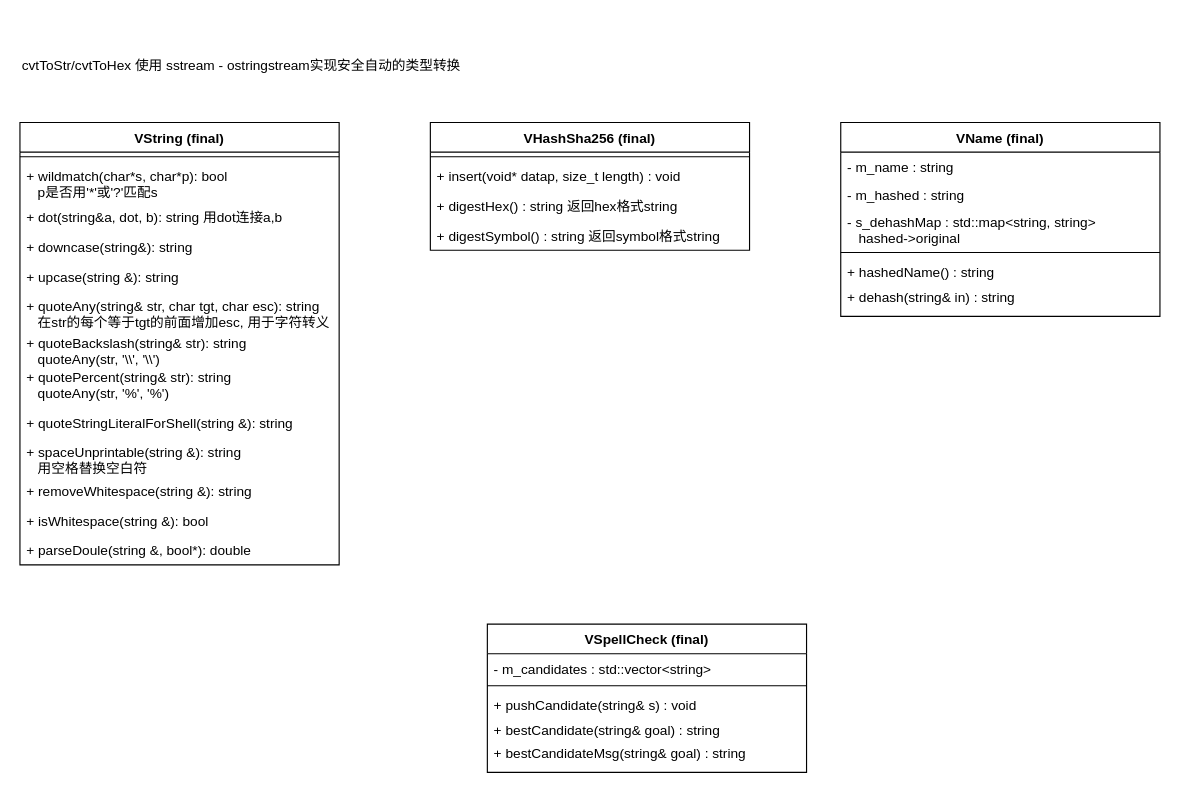
Above: verilator_digrams/V3String.drawio in Dercury/CLDK (draw.io), before the change. Source tidied: cells renumbered, new cells numbered last; positions are measured from the earlier drawing's top-left corner, leaving out a move shared by most shapes. Both pictures are drawn from the tidied source at 114%, with x=0, y=0 at pixel (19, 19).
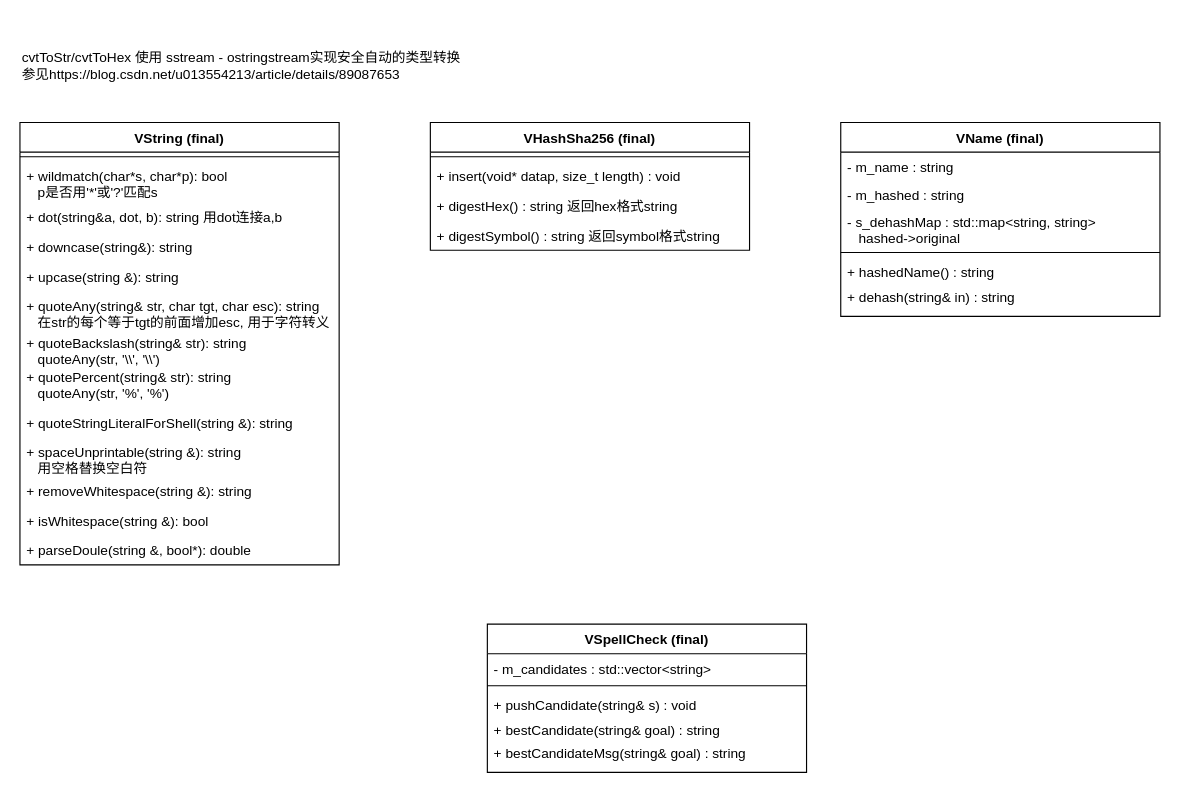
The same page after the edit.

Change to the diagram source:
```diff
@@
-    <mxCell id="2" value="cvtToStr/cvtToHex 使用 sstream - ostringstream实现安全自动的类型转换" style="text;html=1;strokeColor=none;fillColor=none;align=left;verticalAlign=middle;whiteSpace=wrap;rounded=0;" parent="1" vertex="1">
+    <mxCell id="2" value="cvtToStr/cvtToHex 使用 sstream - ostringstream实现安全自动的类型转换&lt;br&gt;参见https://blog.csdn.net/u013554213/article/details/89087653" style="text;html=1;strokeColor=none;fillColor=none;align=left;verticalAlign=middle;whiteSpace=wrap;rounded=0;" parent="1" vertex="1">
       <mxGeometry width="470" height="80" as="geometry" />
     </mxCell>
```
